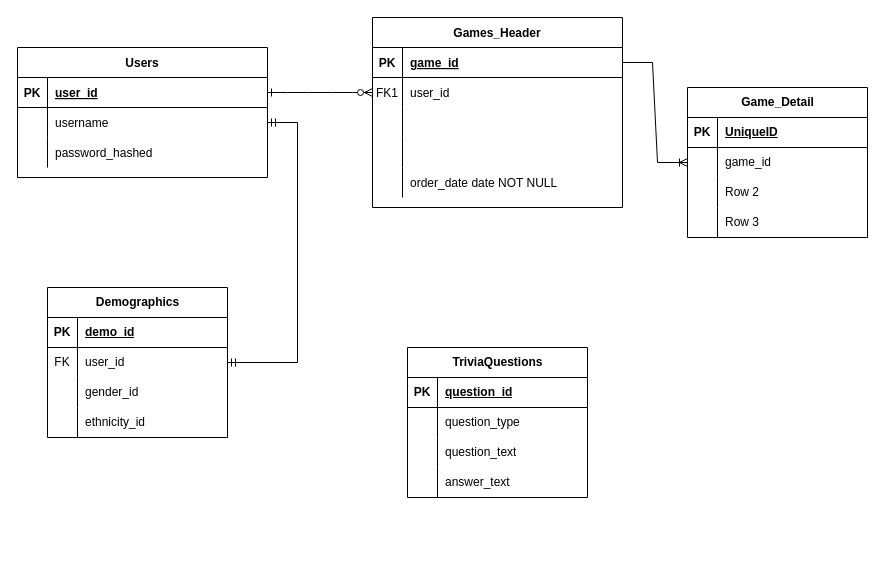
This is trivia_db.drawio from mercurymlv/IT112-Trivia, a draw.io file, before an edit. Source tidied: cells renumbered, new cells numbered last; positions are measured from the earlier drawing's top-left corner, leaving out a move shared by most shapes. Both pictures are drawn from the tidied source at 100%, with x=0, y=0 at pixel (-343, 17).
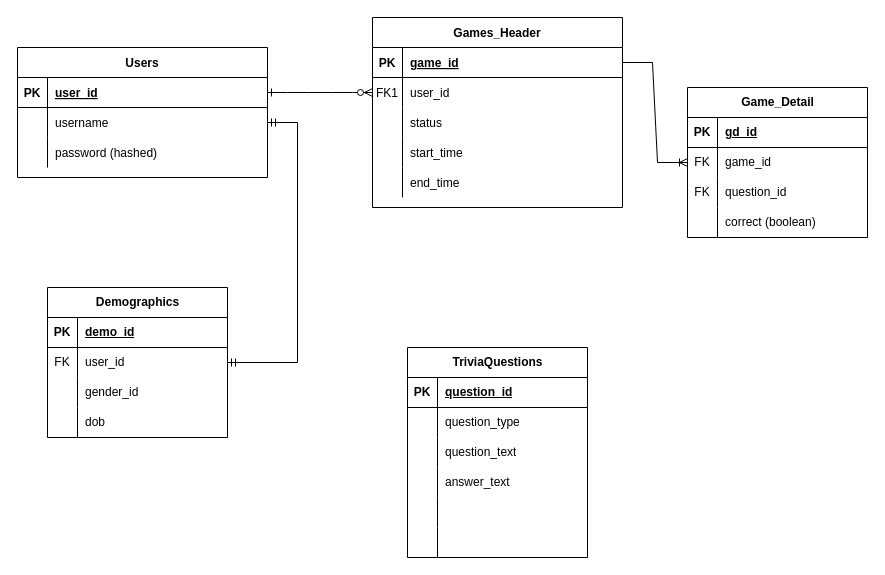
The same diagram, later.

The change refers to these unchanged cells:
```xml
<mxCell id="10" style="shape=partialRectangle;fillColor=none;top=0;left=0;right=0;bottom=0;" parent="3" vertex="1">
  <mxGeometry y="90" width="250" height="30" as="geometry" />
</mxCell>
<mxCell id="13" style="shape=partialRectangle;fillColor=none;top=0;left=0;right=0;bottom=0;" parent="3" vertex="1">
  <mxGeometry y="120" width="250" height="30" as="geometry" />
</mxCell>
<mxCell id="16" style="shape=partialRectangle;fillColor=none;top=0;left=0;right=0;bottom=0;" parent="3" vertex="1">
  <mxGeometry y="150" width="250" height="30" as="geometry" />
</mxCell>
<mxCell id="26" style="shape=partialRectangle;fillColor=none;top=0;left=0;right=0;bottom=0;" parent="19" vertex="1">
  <mxGeometry y="90" width="250" height="30" as="geometry" />
</mxCell>
<mxCell id="39" style="shape=tableRow;horizontal=0;startSize=0;swimlaneHead=0;swimlaneBody=0;fillColor=none;top=0;left=0;right=0;bottom=0;" parent="29" vertex="1">
  <mxGeometry y="120" width="180" height="30" as="geometry" />
</mxCell>
<mxCell id="57" style="shape=tableRow;horizontal=0;startSize=0;swimlaneHead=0;swimlaneBody=0;fillColor=none;top=0;left=0;right=0;bottom=1;" parent="56" vertex="1">
  <mxGeometry y="30" width="180" height="30" as="geometry" />
</mxCell>
<mxCell id="60" style="shape=tableRow;horizontal=0;startSize=0;swimlaneHead=0;swimlaneBody=0;fillColor=none;points=[[0,0.5],[1,0.5]];portConstraint=eastwest;top=0;left=0;right=0;bottom=0;" parent="56" vertex="1">
  <mxGeometry y="60" width="180" height="30" as="geometry" />
</mxCell>
<mxCell id="63" style="shape=tableRow;horizontal=0;startSize=0;swimlaneHead=0;swimlaneBody=0;fillColor=none;top=0;left=0;right=0;bottom=0;" parent="56" vertex="1">
  <mxGeometry y="90" width="180" height="30" as="geometry" />
</mxCell>
<mxCell id="66" style="shape=tableRow;horizontal=0;startSize=0;swimlaneHead=0;swimlaneBody=0;fillColor=none;top=0;left=0;right=0;bottom=0;" parent="56" vertex="1">
  <mxGeometry y="120" width="180" height="30" as="geometry" />
</mxCell>
```

Change to the diagram source:
```diff
@@
-    <mxCell id="12" style="shape=partialRectangle;overflow=hidden;fillColor=none;top=0;left=0;bottom=0;right=0;align=left;spacingLeft=6;" parent="10" vertex="1">
+    <mxCell id="12" value="status" style="shape=partialRectangle;overflow=hidden;fillColor=none;top=0;left=0;bottom=0;right=0;align=left;spacingLeft=6;" parent="10" vertex="1">
       <mxGeometry x="30" width="220" height="30" as="geometry" />
     </mxCell>
@@
-    <mxCell id="15" style="shape=partialRectangle;overflow=hidden;fillColor=none;top=0;left=0;bottom=0;right=0;align=left;spacingLeft=6;" parent="13" vertex="1">
+    <mxCell id="15" value="start_time" style="shape=partialRectangle;overflow=hidden;fillColor=none;top=0;left=0;bottom=0;right=0;align=left;spacingLeft=6;" parent="13" vertex="1">
       <mxGeometry x="30" width="220" height="30" as="geometry" />
     </mxCell>
@@
-    <mxCell id="18" value="order_date date NOT NULL" style="shape=partialRectangle;overflow=hidden;fillColor=none;top=0;left=0;bottom=0;right=0;align=left;spacingLeft=6;" parent="16" vertex="1">
+    <mxCell id="18" value="end_time" style="shape=partialRectangle;overflow=hidden;fillColor=none;top=0;left=0;bottom=0;right=0;align=left;spacingLeft=6;" parent="16" vertex="1">
       <mxGeometry x="30" width="220" height="30" as="geometry" />
     </mxCell>
@@
-    <mxCell id="28" value="password_hashed" style="shape=partialRectangle;overflow=hidden;fillColor=none;top=0;left=0;bottom=0;right=0;align=left;spacingLeft=6;" parent="26" vertex="1">
+    <mxCell id="28" value="password (hashed)" style="shape=partialRectangle;overflow=hidden;fillColor=none;top=0;left=0;bottom=0;right=0;align=left;spacingLeft=6;" parent="26" vertex="1">
       <mxGeometry x="30" width="220" height="30" as="geometry" />
     </mxCell>
@@
-    <mxCell id="41" value="ethnicity_id" style="shape=partialRectangle;fillColor=none;top=0;left=0;bottom=0;right=0;align=left;spacingLeft=6;overflow=hidden;whiteSpace=wrap;html=1;" parent="39" vertex="1">
+    <mxCell id="41" value="dob" style="shape=partialRectangle;fillColor=none;top=0;left=0;bottom=0;right=0;align=left;spacingLeft=6;overflow=hidden;whiteSpace=wrap;html=1;" parent="39" vertex="1">
       <mxGeometry x="30" width="150" height="30" as="geometry" />
     </mxCell>
     <mxCell id="42" value="TriviaQuestions" style="shape=table;startSize=30;childLayout=tableLayout;rowLines=0;fontStyle=1;align=center;html=1;" parent="1" vertex="1">
-      <mxGeometry x="750" y="330" width="180" height="150" as="geometry" />
+      <mxGeometry x="750" y="330" width="180" height="210" as="geometry" />
     </mxCell>
@@
+    <mxCell id="70" style="shape=tableRow;horizontal=0;startSize=0;swimlaneHead=0;swimlaneBody=0;fillColor=none;top=0;left=0;right=0;bottom=0;" parent="42" vertex="1">
+      <mxGeometry y="150" width="180" height="30" as="geometry" />
+    </mxCell>
+    <mxCell id="71" style="shape=partialRectangle;fillColor=none;top=0;left=0;bottom=0;right=0;overflow=hidden;whiteSpace=wrap;html=1;" parent="70" vertex="1">
+      <mxGeometry width="30" height="30" as="geometry" />
+    </mxCell>
+    <mxCell id="72" style="shape=partialRectangle;fillColor=none;top=0;left=0;bottom=0;right=0;align=left;spacingLeft=6;overflow=hidden;whiteSpace=wrap;html=1;" parent="70" vertex="1">
+      <mxGeometry x="30" width="150" height="30" as="geometry" />
+    </mxCell>
+    <mxCell id="73" style="shape=tableRow;horizontal=0;startSize=0;swimlaneHead=0;swimlaneBody=0;fillColor=none;top=0;left=0;right=0;bottom=0;" parent="42" vertex="1">
+      <mxGeometry y="180" width="180" height="30" as="geometry" />
+    </mxCell>
+    <mxCell id="74" style="shape=partialRectangle;fillColor=none;top=0;left=0;bottom=0;right=0;overflow=hidden;whiteSpace=wrap;html=1;" parent="73" vertex="1">
+      <mxGeometry width="30" height="30" as="geometry" />
+    </mxCell>
+    <mxCell id="75" style="shape=partialRectangle;fillColor=none;top=0;left=0;bottom=0;right=0;align=left;spacingLeft=6;overflow=hidden;whiteSpace=wrap;html=1;" parent="73" vertex="1">
+      <mxGeometry x="30" width="150" height="30" as="geometry" />
+    </mxCell>
@@
-    <mxCell id="59" value="UniqueID" style="shape=partialRectangle;fillColor=none;top=0;left=0;bottom=0;right=0;align=left;spacingLeft=6;fontStyle=5;overflow=hidden;whiteSpace=wrap;html=1;" parent="57" vertex="1">
+    <mxCell id="59" value="gd_id" style="shape=partialRectangle;fillColor=none;top=0;left=0;bottom=0;right=0;align=left;spacingLeft=6;fontStyle=5;overflow=hidden;whiteSpace=wrap;html=1;" parent="57" vertex="1">
       <mxGeometry x="30" width="150" height="30" as="geometry" />
     </mxCell>
@@
-    <mxCell id="61" style="shape=partialRectangle;fillColor=none;top=0;left=0;bottom=0;right=0;overflow=hidden;whiteSpace=wrap;html=1;" parent="60" vertex="1">
+    <mxCell id="61" value="FK" style="shape=partialRectangle;fillColor=none;top=0;left=0;bottom=0;right=0;overflow=hidden;whiteSpace=wrap;html=1;" parent="60" vertex="1">
       <mxGeometry width="30" height="30" as="geometry" />
     </mxCell>
@@
-    <mxCell id="64" style="shape=partialRectangle;fillColor=none;top=0;left=0;bottom=0;right=0;overflow=hidden;whiteSpace=wrap;html=1;" parent="63" vertex="1">
+    <mxCell id="64" value="FK" style="shape=partialRectangle;fillColor=none;top=0;left=0;bottom=0;right=0;overflow=hidden;whiteSpace=wrap;html=1;" parent="63" vertex="1">
       <mxGeometry width="30" height="30" as="geometry" />
     </mxCell>
-    <mxCell id="65" value="Row 2" style="shape=partialRectangle;fillColor=none;top=0;left=0;bottom=0;right=0;align=left;spacingLeft=6;overflow=hidden;whiteSpace=wrap;html=1;" parent="63" vertex="1">
+    <mxCell id="65" value="question_id" style="shape=partialRectangle;fillColor=none;top=0;left=0;bottom=0;right=0;align=left;spacingLeft=6;overflow=hidden;whiteSpace=wrap;html=1;" parent="63" vertex="1">
       <mxGeometry x="30" width="150" height="30" as="geometry" />
     </mxCell>
@@
-    <mxCell id="68" value="Row 3" style="shape=partialRectangle;fillColor=none;top=0;left=0;bottom=0;right=0;align=left;spacingLeft=6;overflow=hidden;whiteSpace=wrap;html=1;" parent="66" vertex="1">
+    <mxCell id="68" value="correct (boolean)" style="shape=partialRectangle;fillColor=none;top=0;left=0;bottom=0;right=0;align=left;spacingLeft=6;overflow=hidden;whiteSpace=wrap;html=1;" parent="66" vertex="1">
       <mxGeometry x="30" width="150" height="30" as="geometry" />
     </mxCell>
```
